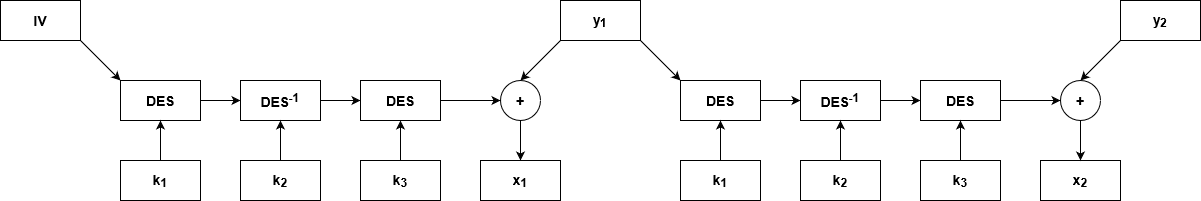
The draw.io diagram img/3cfb-d.png in AlbertoSpinella/des-3des-js, before a commit. Source tidied: cells renumbered, new cells last; positions are measured from the earlier drawing's top-left corner, leaving out a move shared by most shapes.
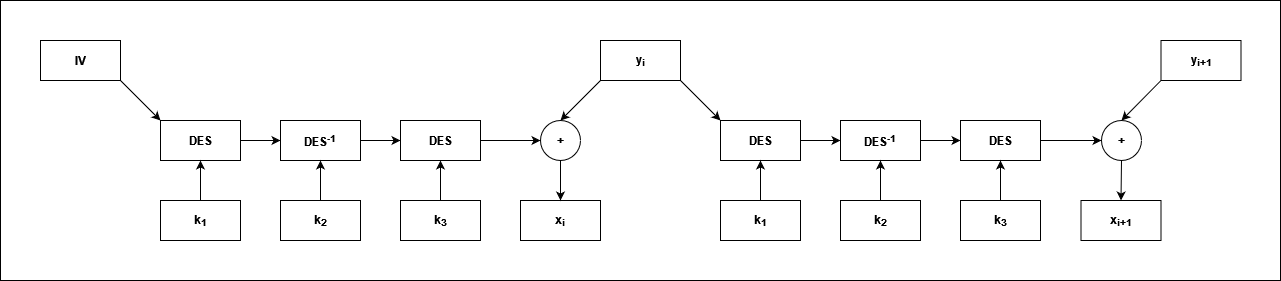
The same diagram one commit later.

Change to the diagram source:
```diff
@@ -1,117 +1,120 @@
-<mxGraphModel background="#ffffff">
+<mxGraphModel>
   <root>
     <mxCell id="0" />
     <mxCell id="1" parent="0" />
-    <mxCell id="2" style="rounded=0;jettySize=auto;html=1;entryX=0;entryY=0;entryDx=0;entryDy=0;exitX=1;exitY=1;exitDx=0;exitDy=0;" parent="1" edge="1" source="3" target="5">
-      <mxGeometry relative="1" as="geometry" />
-    </mxCell>
+    <mxCell id="39" style="rounded=0;whiteSpace=wrap;html=1;" parent="1" vertex="1">
+      <mxGeometry x="-40" y="-40" width="1280" height="280" as="geometry" />
+    </mxCell>
+    <mxCell id="40" style="rounded=0;jettySize=auto;html=1;entryX=0;entryY=0;entryDx=0;entryDy=0;exitX=1;exitY=1;exitDx=0;exitDy=0;fontStyle=1;" parent="1" edge="1" source="3" target="42">
+      <mxGeometry relative="1" as="geometry" />
+    </mxCell>
-    <mxCell id="3" value="&lt;font style=&quot;font-size: 14px&quot;&gt;&lt;b&gt;IV&lt;/b&gt;&lt;/font&gt;" style="rounded=0;whiteSpace=wrap;html=1;" parent="1" vertex="1">
+    <mxCell id="3" value="IV" style="rounded=0;whiteSpace=wrap;html=1;fontStyle=1;" parent="1" vertex="1">
       <mxGeometry width="80" height="40" as="geometry" />
     </mxCell>
-    <mxCell id="4" style="edgeStyle=orthogonalEdgeStyle;rounded=0;jettySize=auto;html=1;entryX=0;entryY=0.5;entryDx=0;entryDy=0;" parent="1" edge="1" source="5" target="7">
-      <mxGeometry relative="1" as="geometry" />
-    </mxCell>
-    <mxCell id="5" value="&lt;font style=&quot;font-size: 14px&quot;&gt;&lt;b&gt;DES&lt;/b&gt;&lt;/font&gt;" style="rounded=0;whiteSpace=wrap;html=1;" parent="1" vertex="1">
-      <mxGeometry x="120" y="80" width="80" height="40" as="geometry" />
-    </mxCell>
-    <mxCell id="6" style="edgeStyle=orthogonalEdgeStyle;rounded=0;jettySize=auto;html=1;entryX=0;entryY=0.5;entryDx=0;entryDy=0;" parent="1" edge="1" source="7" target="26">
-      <mxGeometry relative="1" as="geometry" />
-    </mxCell>
-    <mxCell id="7" value="&lt;font style=&quot;font-size: 14px&quot;&gt;&lt;b&gt;DES&lt;sup&gt;-1&lt;/sup&gt;&lt;/b&gt;&lt;/font&gt;" style="rounded=0;whiteSpace=wrap;html=1;" parent="1" vertex="1">
-      <mxGeometry x="240" y="80" width="80" height="40" as="geometry" />
-    </mxCell>
-    <mxCell id="8" style="edgeStyle=orthogonalEdgeStyle;rounded=0;jettySize=auto;html=1;entryX=0.5;entryY=0;entryDx=0;entryDy=0;" parent="1" edge="1" source="9" target="16">
-      <mxGeometry relative="1" as="geometry" />
-    </mxCell>
-    <mxCell id="9" value="&lt;font style=&quot;font-size: 14px&quot;&gt;&lt;b&gt;+&lt;/b&gt;&lt;/font&gt;" style="ellipse;whiteSpace=wrap;html=1;" parent="1" vertex="1">
-      <mxGeometry x="500" y="80" width="40" height="40" as="geometry" />
-    </mxCell>
-    <mxCell id="10" style="edgeStyle=orthogonalEdgeStyle;rounded=0;jettySize=auto;html=1;entryX=0.5;entryY=1;entryDx=0;entryDy=0;" parent="1" edge="1" source="11" target="5">
-      <mxGeometry relative="1" as="geometry" />
-    </mxCell>
-    <mxCell id="11" value="&lt;font style=&quot;font-size: 14px&quot;&gt;&lt;b&gt;k&lt;sub&gt;1&lt;/sub&gt;&lt;/b&gt;&lt;/font&gt;" style="rounded=0;whiteSpace=wrap;html=1;" parent="1" vertex="1">
-      <mxGeometry x="120" y="160" width="80" height="40" as="geometry" />
-    </mxCell>
-    <mxCell id="12" style="edgeStyle=orthogonalEdgeStyle;rounded=0;jettySize=auto;html=1;entryX=0.5;entryY=1;entryDx=0;entryDy=0;" parent="1" edge="1" source="13" target="7">
-      <mxGeometry relative="1" as="geometry" />
-    </mxCell>
-    <mxCell id="13" value="&lt;font style=&quot;font-size: 14px&quot;&gt;&lt;b&gt;k&lt;sub&gt;2&lt;/sub&gt;&lt;/b&gt;&lt;/font&gt;" style="rounded=0;whiteSpace=wrap;html=1;" parent="1" vertex="1">
-      <mxGeometry x="240" y="160" width="80" height="40" as="geometry" />
-    </mxCell>
-    <mxCell id="14" style="edgeStyle=orthogonalEdgeStyle;rounded=0;jettySize=auto;html=1;entryX=0.5;entryY=1;entryDx=0;entryDy=0;" parent="1" edge="1" source="15" target="26">
-      <mxGeometry relative="1" as="geometry" />
-    </mxCell>
-    <mxCell id="15" value="&lt;font style=&quot;font-size: 14px&quot;&gt;&lt;b&gt;k&lt;sub&gt;3&lt;/sub&gt;&lt;/b&gt;&lt;/font&gt;" style="rounded=0;whiteSpace=wrap;html=1;" parent="1" vertex="1">
-      <mxGeometry x="360" y="160" width="80" height="40" as="geometry" />
-    </mxCell>
-    <mxCell id="16" value="&lt;font style=&quot;font-size: 14px&quot;&gt;&lt;b&gt;x&lt;sub&gt;1&lt;/sub&gt;&lt;/b&gt;&lt;/font&gt;" style="rounded=0;whiteSpace=wrap;html=1;" parent="1" vertex="1">
-      <mxGeometry x="480" y="160" width="80" height="40" as="geometry" />
-    </mxCell>
-    <mxCell id="17" value="&lt;font style=&quot;font-size: 14px&quot;&gt;&lt;b&gt;x&lt;sub&gt;2&lt;/sub&gt;&lt;/b&gt;&lt;/font&gt;" style="rounded=0;whiteSpace=wrap;html=1;" parent="1" vertex="1">
-      <mxGeometry x="1040" y="160" width="80" height="40" as="geometry" />
-    </mxCell>
-    <mxCell id="18" style="edgeStyle=none;rounded=0;jettySize=auto;html=1;entryX=0.5;entryY=0;entryDx=0;entryDy=0;" parent="1" edge="1" source="19" target="17">
-      <mxGeometry relative="1" as="geometry" />
-    </mxCell>
-    <mxCell id="19" value="&lt;font style=&quot;font-size: 14px&quot;&gt;&lt;b&gt;+&lt;/b&gt;&lt;/font&gt;" style="ellipse;whiteSpace=wrap;html=1;" parent="1" vertex="1">
-      <mxGeometry x="1060" y="80" width="40" height="40" as="geometry" />
-    </mxCell>
-    <mxCell id="20" style="edgeStyle=none;rounded=0;jettySize=auto;html=1;entryX=0.5;entryY=0;entryDx=0;entryDy=0;exitX=0;exitY=1;exitDx=0;exitDy=0;" parent="1" edge="1" source="22" target="9">
-      <mxGeometry relative="1" as="geometry" />
-    </mxCell>
-    <mxCell id="21" style="edgeStyle=none;rounded=0;jettySize=auto;html=1;entryX=0;entryY=0;entryDx=0;entryDy=0;exitX=1;exitY=1;exitDx=0;exitDy=0;" parent="1" edge="1" source="22" target="28">
-      <mxGeometry relative="1" as="geometry" />
-    </mxCell>
-    <mxCell id="22" value="&lt;font style=&quot;font-size: 14px&quot;&gt;&lt;b&gt;y&lt;sub&gt;1&lt;/sub&gt;&lt;/b&gt;&lt;/font&gt;" style="rounded=0;whiteSpace=wrap;html=1;" parent="1" vertex="1">
-      <mxGeometry x="560" width="80" height="40" as="geometry" />
-    </mxCell>
-    <mxCell id="23" style="edgeStyle=none;rounded=0;jettySize=auto;html=1;entryX=0.5;entryY=0;entryDx=0;entryDy=0;exitX=0;exitY=1;exitDx=0;exitDy=0;" parent="1" edge="1" source="24" target="19">
-      <mxGeometry relative="1" as="geometry" />
-    </mxCell>
-    <mxCell id="24" value="&lt;font style=&quot;font-size: 14px&quot;&gt;&lt;b&gt;y&lt;sub&gt;2&lt;/sub&gt;&lt;/b&gt;&lt;/font&gt;" style="rounded=0;whiteSpace=wrap;html=1;" parent="1" vertex="1">
-      <mxGeometry x="1120" width="80" height="40" as="geometry" />
-    </mxCell>
-    <mxCell id="25" style="edgeStyle=orthogonalEdgeStyle;rounded=0;jettySize=auto;html=1;entryX=0;entryY=0.5;entryDx=0;entryDy=0;" parent="1" edge="1" source="26" target="9">
-      <mxGeometry relative="1" as="geometry" />
-    </mxCell>
-    <mxCell id="26" value="&lt;font style=&quot;font-size: 14px&quot;&gt;&lt;b&gt;DES&lt;/b&gt;&lt;/font&gt;" style="rounded=0;whiteSpace=wrap;html=1;" parent="1" vertex="1">
-      <mxGeometry x="360" y="80" width="80" height="40" as="geometry" />
-    </mxCell>
-    <mxCell id="27" style="edgeStyle=none;rounded=0;jettySize=auto;html=1;entryX=0;entryY=0.5;entryDx=0;entryDy=0;" parent="1" edge="1" source="28" target="30">
-      <mxGeometry relative="1" as="geometry" />
-    </mxCell>
-    <mxCell id="28" value="&lt;font style=&quot;font-size: 14px&quot;&gt;&lt;b&gt;DES&lt;/b&gt;&lt;/font&gt;" style="rounded=0;whiteSpace=wrap;html=1;" parent="1" vertex="1">
-      <mxGeometry x="680" y="80" width="80" height="40" as="geometry" />
-    </mxCell>
-    <mxCell id="29" style="edgeStyle=none;rounded=0;jettySize=auto;html=1;entryX=0;entryY=0.5;entryDx=0;entryDy=0;" parent="1" edge="1" source="30" target="32">
-      <mxGeometry relative="1" as="geometry" />
-    </mxCell>
-    <mxCell id="30" value="&lt;font style=&quot;font-size: 14px&quot;&gt;&lt;b&gt;DES&lt;sup&gt;-1&lt;/sup&gt;&lt;/b&gt;&lt;/font&gt;" style="rounded=0;whiteSpace=wrap;html=1;" parent="1" vertex="1">
-      <mxGeometry x="800" y="80" width="80" height="40" as="geometry" />
-    </mxCell>
-    <mxCell id="31" style="edgeStyle=none;rounded=0;jettySize=auto;html=1;entryX=0;entryY=0.5;entryDx=0;entryDy=0;" parent="1" edge="1" source="32" target="19">
-      <mxGeometry relative="1" as="geometry" />
-    </mxCell>
-    <mxCell id="32" value="&lt;font style=&quot;font-size: 14px&quot;&gt;&lt;b&gt;DES&lt;/b&gt;&lt;/font&gt;" style="rounded=0;whiteSpace=wrap;html=1;" parent="1" vertex="1">
-      <mxGeometry x="920" y="80" width="80" height="40" as="geometry" />
-    </mxCell>
-    <mxCell id="33" style="edgeStyle=none;rounded=0;jettySize=auto;html=1;entryX=0.5;entryY=1;entryDx=0;entryDy=0;" parent="1" edge="1" source="34" target="32">
-      <mxGeometry relative="1" as="geometry" />
-    </mxCell>
-    <mxCell id="34" value="&lt;font style=&quot;font-size: 14px&quot;&gt;&lt;b&gt;k&lt;sub&gt;3&lt;/sub&gt;&lt;/b&gt;&lt;/font&gt;" style="rounded=0;whiteSpace=wrap;html=1;" parent="1" vertex="1">
-      <mxGeometry x="920" y="160" width="80" height="40" as="geometry" />
-    </mxCell>
-    <mxCell id="35" style="edgeStyle=none;rounded=0;jettySize=auto;html=1;entryX=0.5;entryY=1;entryDx=0;entryDy=0;" parent="1" edge="1" source="36" target="30">
-      <mxGeometry relative="1" as="geometry" />
-    </mxCell>
-    <mxCell id="36" value="&lt;font style=&quot;font-size: 14px&quot;&gt;&lt;b&gt;k&lt;sub&gt;2&lt;/sub&gt;&lt;/b&gt;&lt;/font&gt;" style="rounded=0;whiteSpace=wrap;html=1;" parent="1" vertex="1">
-      <mxGeometry x="800" y="160" width="80" height="40" as="geometry" />
-    </mxCell>
-    <mxCell id="37" style="edgeStyle=none;rounded=0;jettySize=auto;html=1;entryX=0.5;entryY=1;entryDx=0;entryDy=0;" parent="1" edge="1" source="38" target="28">
-      <mxGeometry relative="1" as="geometry" />
-    </mxCell>
-    <mxCell id="38" value="&lt;font style=&quot;font-size: 14px&quot;&gt;&lt;b&gt;k&lt;sub&gt;1&lt;/sub&gt;&lt;/b&gt;&lt;/font&gt;" style="rounded=0;whiteSpace=wrap;html=1;" parent="1" vertex="1">
-      <mxGeometry x="680" y="160" width="80" height="40" as="geometry" />
-    </mxCell>
+    <mxCell id="41" style="edgeStyle=none;rounded=0;jettySize=auto;html=1;entryX=0;entryY=0.5;entryDx=0;entryDy=0;fontStyle=1;" parent="1" edge="1" source="42" target="46">
+      <mxGeometry relative="1" as="geometry" />
+    </mxCell>
+    <mxCell id="42" value="DES" style="rounded=0;whiteSpace=wrap;html=1;fontStyle=1;" parent="1" vertex="1">
+      <mxGeometry x="120" y="80" width="80" height="40" as="geometry" />
+    </mxCell>
+    <mxCell id="43" style="edgeStyle=none;rounded=0;jettySize=auto;html=1;entryX=0.5;entryY=1;entryDx=0;entryDy=0;fontStyle=1;" parent="1" edge="1" source="44" target="42">
+      <mxGeometry relative="1" as="geometry" />
+    </mxCell>
+    <mxCell id="44" value="k&lt;sub&gt;1&lt;/sub&gt;" style="rounded=0;whiteSpace=wrap;html=1;fontStyle=1;" parent="1" vertex="1">
+      <mxGeometry x="120" y="160" width="80" height="40" as="geometry" />
+    </mxCell>
+    <mxCell id="45" style="edgeStyle=none;rounded=0;jettySize=auto;html=1;fontStyle=1;" parent="1" edge="1" source="46" target="57">
+      <mxGeometry relative="1" as="geometry" />
+    </mxCell>
+    <mxCell id="46" value="DES&lt;sup&gt;-1&lt;/sup&gt;" style="rounded=0;whiteSpace=wrap;html=1;fontStyle=1;" parent="1" vertex="1">
+      <mxGeometry x="240" y="80" width="80" height="40" as="geometry" />
+    </mxCell>
+    <mxCell id="47" style="edgeStyle=none;rounded=0;jettySize=auto;html=1;entryX=0.5;entryY=1;entryDx=0;entryDy=0;fontStyle=1;" parent="1" edge="1" source="48" target="46">
+      <mxGeometry relative="1" as="geometry" />
+    </mxCell>
+    <mxCell id="48" value="k&lt;sub&gt;2&lt;/sub&gt;" style="rounded=0;whiteSpace=wrap;html=1;fontStyle=1;" parent="1" vertex="1">
+      <mxGeometry x="240" y="160" width="80" height="40" as="geometry" />
+    </mxCell>
+    <mxCell id="49" style="edgeStyle=none;rounded=0;jettySize=auto;html=1;entryX=0;entryY=0.5;entryDx=0;entryDy=0;fontStyle=1;" parent="1" edge="1" source="50" target="64">
+      <mxGeometry relative="1" as="geometry" />
+    </mxCell>
+    <mxCell id="50" value="DES" style="rounded=0;whiteSpace=wrap;html=1;fontStyle=1;" parent="1" vertex="1">
+      <mxGeometry x="680" y="80" width="80" height="40" as="geometry" />
+    </mxCell>
+    <mxCell id="51" style="edgeStyle=none;rounded=0;jettySize=auto;html=1;entryX=0.5;entryY=1;entryDx=0;entryDy=0;fontStyle=1;" parent="1" edge="1" source="52" target="57">
+      <mxGeometry relative="1" as="geometry" />
+    </mxCell>
+    <mxCell id="52" value="k&lt;sub&gt;3&lt;/sub&gt;" style="rounded=0;whiteSpace=wrap;html=1;fontStyle=1;" parent="1" vertex="1">
+      <mxGeometry x="360" y="160" width="80" height="40" as="geometry" />
+    </mxCell>
+    <mxCell id="53" value="x&lt;sub&gt;i&lt;/sub&gt;" style="rounded=0;whiteSpace=wrap;html=1;fontStyle=1;" parent="1" vertex="1">
+      <mxGeometry x="480" y="160" width="80" height="40" as="geometry" />
+    </mxCell>
+    <mxCell id="54" style="edgeStyle=none;rounded=0;jettySize=auto;html=1;entryX=0.5;entryY=0;entryDx=0;entryDy=0;fontStyle=1;" parent="1" edge="1" source="55" target="53">
+      <mxGeometry relative="1" as="geometry" />
+    </mxCell>
+    <mxCell id="55" value="+" style="ellipse;whiteSpace=wrap;html=1;fontStyle=1;" parent="1" vertex="1">
+      <mxGeometry x="500" y="80" width="40" height="40" as="geometry" />
+    </mxCell>
+    <mxCell id="56" style="edgeStyle=none;rounded=0;jettySize=auto;html=1;entryX=0;entryY=0.5;entryDx=0;entryDy=0;fontStyle=1;" parent="1" edge="1" source="57" target="55">
+      <mxGeometry relative="1" as="geometry" />
+    </mxCell>
+    <mxCell id="57" value="DES" style="rounded=0;whiteSpace=wrap;html=1;fontStyle=1;" parent="1" vertex="1">
+      <mxGeometry x="360" y="80" width="80" height="40" as="geometry" />
+    </mxCell>
+    <mxCell id="58" style="edgeStyle=none;rounded=0;jettySize=auto;html=1;entryX=0.5;entryY=0;entryDx=0;entryDy=0;exitX=0;exitY=1;exitDx=0;exitDy=0;fontStyle=1;" parent="1" edge="1" source="60" target="55">
+      <mxGeometry relative="1" as="geometry" />
+    </mxCell>
+    <mxCell id="59" style="edgeStyle=none;rounded=0;jettySize=auto;html=1;entryX=0;entryY=0;entryDx=0;entryDy=0;exitX=1;exitY=1;exitDx=0;exitDy=0;fontStyle=1;" parent="1" edge="1" source="60" target="50">
+      <mxGeometry relative="1" as="geometry" />
+    </mxCell>
+    <mxCell id="60" value="y&lt;sub&gt;i&lt;/sub&gt;" style="rounded=0;whiteSpace=wrap;html=1;fontStyle=1;" parent="1" vertex="1">
+      <mxGeometry x="560" width="80" height="40" as="geometry" />
+    </mxCell>
+    <mxCell id="61" style="edgeStyle=none;rounded=0;jettySize=auto;html=1;entryX=0.5;entryY=1;entryDx=0;entryDy=0;fontStyle=1;" parent="1" edge="1" source="62" target="50">
+      <mxGeometry relative="1" as="geometry" />
+    </mxCell>
+    <mxCell id="62" value="k&lt;sub&gt;1&lt;/sub&gt;" style="rounded=0;whiteSpace=wrap;html=1;fontStyle=1;" parent="1" vertex="1">
+      <mxGeometry x="680" y="160" width="80" height="40" as="geometry" />
+    </mxCell>
+    <mxCell id="63" style="edgeStyle=none;rounded=0;jettySize=auto;html=1;entryX=0;entryY=0.5;entryDx=0;entryDy=0;fontStyle=1;" parent="1" edge="1" source="64" target="68">
+      <mxGeometry relative="1" as="geometry" />
+    </mxCell>
+    <mxCell id="64" value="DES&lt;sup&gt;-1&lt;/sup&gt;" style="rounded=0;whiteSpace=wrap;html=1;fontStyle=1;" parent="1" vertex="1">
+      <mxGeometry x="800" y="80" width="80" height="40" as="geometry" />
+    </mxCell>
+    <mxCell id="65" style="edgeStyle=none;rounded=0;jettySize=auto;html=1;entryX=0.5;entryY=1;entryDx=0;entryDy=0;fontStyle=1;" parent="1" edge="1" source="66" target="64">
+      <mxGeometry relative="1" as="geometry" />
+    </mxCell>
+    <mxCell id="66" value="k&lt;sub&gt;2&lt;/sub&gt;" style="rounded=0;whiteSpace=wrap;html=1;fontStyle=1;" parent="1" vertex="1">
+      <mxGeometry x="800" y="160" width="80" height="40" as="geometry" />
+    </mxCell>
+    <mxCell id="67" style="edgeStyle=none;rounded=0;jettySize=auto;html=1;entryX=0;entryY=0.5;entryDx=0;entryDy=0;fontStyle=1;" parent="1" edge="1" source="68" target="75">
+      <mxGeometry relative="1" as="geometry" />
+    </mxCell>
+    <mxCell id="68" value="DES" style="rounded=0;whiteSpace=wrap;html=1;fontStyle=1;" parent="1" vertex="1">
+      <mxGeometry x="920" y="80" width="80" height="40" as="geometry" />
+    </mxCell>
+    <mxCell id="69" style="edgeStyle=none;rounded=0;jettySize=auto;html=1;entryX=0.5;entryY=1;entryDx=0;entryDy=0;fontStyle=1;" parent="1" edge="1" source="70" target="68">
+      <mxGeometry relative="1" as="geometry" />
+    </mxCell>
+    <mxCell id="70" value="k&lt;sub&gt;3&lt;/sub&gt;" style="rounded=0;whiteSpace=wrap;html=1;fontStyle=1;" parent="1" vertex="1">
+      <mxGeometry x="920" y="160" width="80" height="40" as="geometry" />
+    </mxCell>
+    <mxCell id="71" style="edgeStyle=none;rounded=0;jettySize=auto;html=1;entryX=0.5;entryY=0;entryDx=0;entryDy=0;exitX=0;exitY=1;exitDx=0;exitDy=0;fontStyle=1;" parent="1" edge="1" source="72" target="75">
+      <mxGeometry relative="1" as="geometry" />
+    </mxCell>
+    <mxCell id="72" value="y&lt;sub&gt;i+1&lt;/sub&gt;" style="rounded=0;whiteSpace=wrap;html=1;fontStyle=1;" parent="1" vertex="1">
+      <mxGeometry x="1120.5" width="80" height="40" as="geometry" />
+    </mxCell>
+    <mxCell id="73" value="x&lt;sub&gt;i+1&lt;/sub&gt;" style="rounded=0;whiteSpace=wrap;html=1;fontStyle=1;" parent="1" vertex="1">
+      <mxGeometry x="1040.5" y="160" width="80" height="40" as="geometry" />
+    </mxCell>
+    <mxCell id="74" style="edgeStyle=none;rounded=0;jettySize=auto;html=1;entryX=0.5;entryY=0;entryDx=0;entryDy=0;fontStyle=1;" parent="1" edge="1" source="75" target="73">
+      <mxGeometry relative="1" as="geometry" />
+    </mxCell>
+    <mxCell id="75" value="+" style="ellipse;whiteSpace=wrap;html=1;fontStyle=1;" parent="1" vertex="1">
+      <mxGeometry x="1061" y="80" width="40" height="40" as="geometry" />
+    </mxCell>
   </root>
 </mxGraphModel>
```
